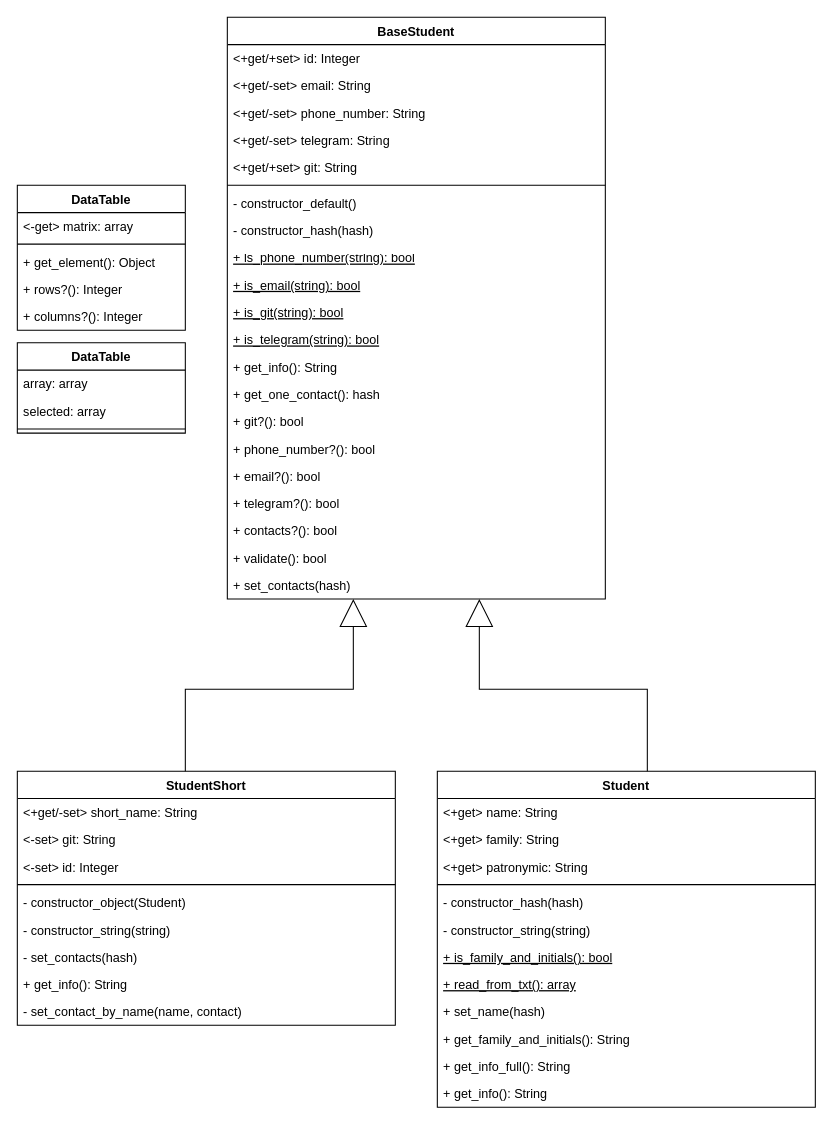
The draw.io diagram lab2/docs/ClassDiagram.drawio in KirSaxhlil/PatternLabs, before the edit. Source tidied: cells renumbered, new cells numbered last; positions are measured from the earlier drawing's top-left corner, leaving out a move shared by most shapes. Both pictures are drawn from the tidied source at 105%, with x=0, y=0 at pixel (17, 17).
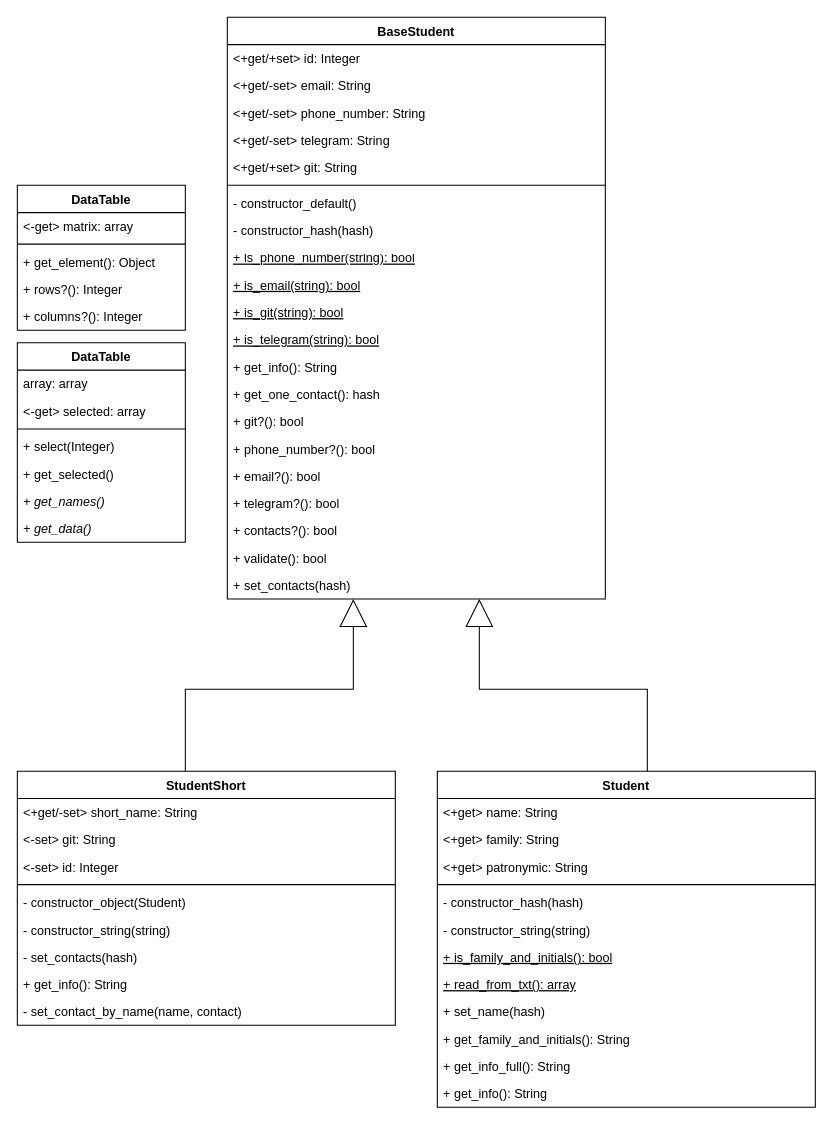
The same page after the edit.

What changed in the source:
```diff
@@
     <mxCell id="55" value="DataTable" style="swimlane;fontStyle=1;align=center;verticalAlign=top;horizontal=1;startSize=26;swimlaneFillColor=default;" parent="1" vertex="1">
-      <mxGeometry y="310" width="160" height="86" as="geometry" />
+      <mxGeometry y="310" width="160" height="190" as="geometry" />
     </mxCell>
@@
-    <mxCell id="57" value="selected: array" style="text;strokeColor=none;fillColor=none;align=left;verticalAlign=top;spacingLeft=4;spacingRight=4;overflow=hidden;" parent="55" vertex="1">
+    <mxCell id="57" value="&lt;-get&gt; selected: array" style="text;strokeColor=none;fillColor=none;align=left;verticalAlign=top;spacingLeft=4;spacingRight=4;overflow=hidden;" parent="55" vertex="1">
       <mxGeometry y="52" width="160" height="26" as="geometry" />
     </mxCell>
@@
+    <mxCell id="59" value="+ select(Integer)" style="text;strokeColor=none;fillColor=none;align=left;verticalAlign=top;spacingLeft=4;spacingRight=4;overflow=hidden;" parent="55" vertex="1">
+      <mxGeometry y="86" width="160" height="26" as="geometry" />
+    </mxCell>
+    <mxCell id="60" value="+ get_selected()" style="text;strokeColor=none;fillColor=none;align=left;verticalAlign=top;spacingLeft=4;spacingRight=4;overflow=hidden;" parent="55" vertex="1">
+      <mxGeometry y="112" width="160" height="26" as="geometry" />
+    </mxCell>
+    <mxCell id="61" value="+ get_names()" style="text;strokeColor=none;fillColor=none;align=left;verticalAlign=top;spacingLeft=4;spacingRight=4;overflow=hidden;fontStyle=2;" parent="55" vertex="1">
+      <mxGeometry y="138" width="160" height="26" as="geometry" />
+    </mxCell>
+    <mxCell id="62" value="+ get_data()" style="text;strokeColor=none;fillColor=none;align=left;verticalAlign=top;spacingLeft=4;spacingRight=4;overflow=hidden;fontStyle=2;" parent="55" vertex="1">
+      <mxGeometry y="164" width="160" height="26" as="geometry" />
+    </mxCell>
```
